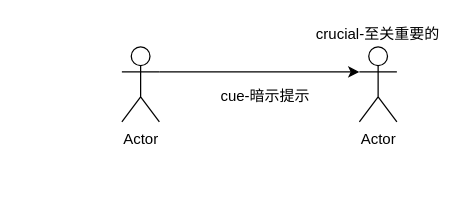
The draw.io diagram 形容表达.drawio in waltzhu/nzwz, before the edit. Source tidied: cells renumbered, new cells numbered last; positions are measured from the earlier drawing's top-left corner, leaving out a move shared by most shapes. Both pictures are drawn from the tidied source at 125%, with x=0, y=0 at pixel (121, 21).
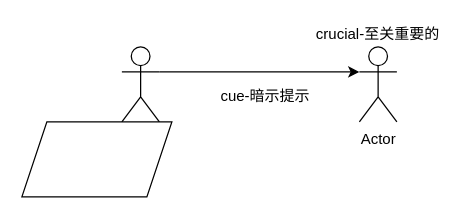
After the change.

Commit message:
更新形容表达.drawio

Diff of the diagram source:
```diff
@@
 <mxGraphModel>
   <root>
     <mxCell id="0" />
     <mxCell id="1" parent="0" />
     <mxCell id="2" value="crucial-至关重要的" style="text;strokeColor=none;align=center;fillColor=none;html=1;verticalAlign=middle;whiteSpace=wrap;rounded=0;" parent="1" vertex="1">
       <mxGeometry x="150" width="110" height="20" as="geometry" />
     </mxCell>
     <mxCell id="3" style="edgeStyle=orthogonalEdgeStyle;rounded=0;jettySize=auto;html=1;exitX=1;exitY=0.3333333333333333;exitDx=0;exitDy=0;exitPerimeter=0;entryX=0;entryY=0.3333333333333333;entryDx=0;entryDy=0;entryPerimeter=0;" parent="1" edge="1" source="4" target="6">
       <mxGeometry relative="1" as="geometry" />
     </mxCell>
     <mxCell id="4" value="Actor" style="shape=umlActor;verticalLabelPosition=bottom;verticalAlign=top;html=1;outlineConnect=0;" parent="1" vertex="1">
       <mxGeometry y="20" width="30" height="60" as="geometry" />
     </mxCell>
     <mxCell id="5" value="cue-暗示提示" style="text;strokeColor=none;align=center;fillColor=none;html=1;verticalAlign=middle;whiteSpace=wrap;rounded=0;" parent="1" vertex="1">
       <mxGeometry x="60" y="50" width="110" height="20" as="geometry" />
     </mxCell>
     <mxCell id="6" value="Actor" style="shape=umlActor;verticalLabelPosition=bottom;verticalAlign=top;html=1;outlineConnect=0;" parent="1" vertex="1">
       <mxGeometry x="190" y="20" width="30" height="60" as="geometry" />
     </mxCell>
+    <mxCell id="7" style="shape=parallelogram;perimeter=parallelogramPerimeter;whiteSpace=wrap;html=1;fixedSize=1;" parent="1" vertex="1">
+      <mxGeometry x="-80" y="80" width="120" height="60" as="geometry" />
+    </mxCell>
   </root>
 </mxGraphModel>
```
